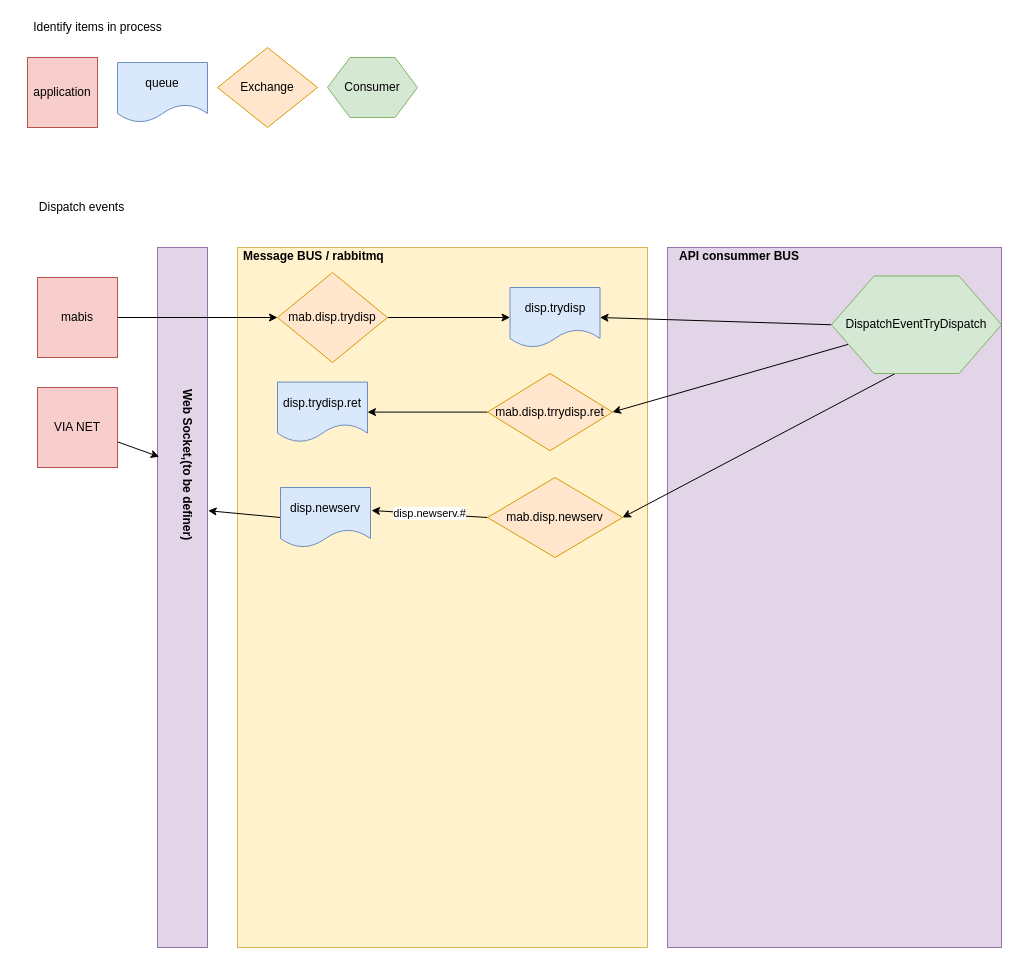
The draw.io diagram page "Fluxo por processo" (2 of 3) of dispatch/Processo Dispatch.drawio in rodrigoporcionato/estudos, before the edit. Source tidied: cells renumbered, new cells numbered last; positions are measured from the earlier drawing's top-left corner, leaving out a move shared by most shapes. Both pictures are drawn from the tidied source at 100%, with x=0, y=0 at pixel (27, 17).
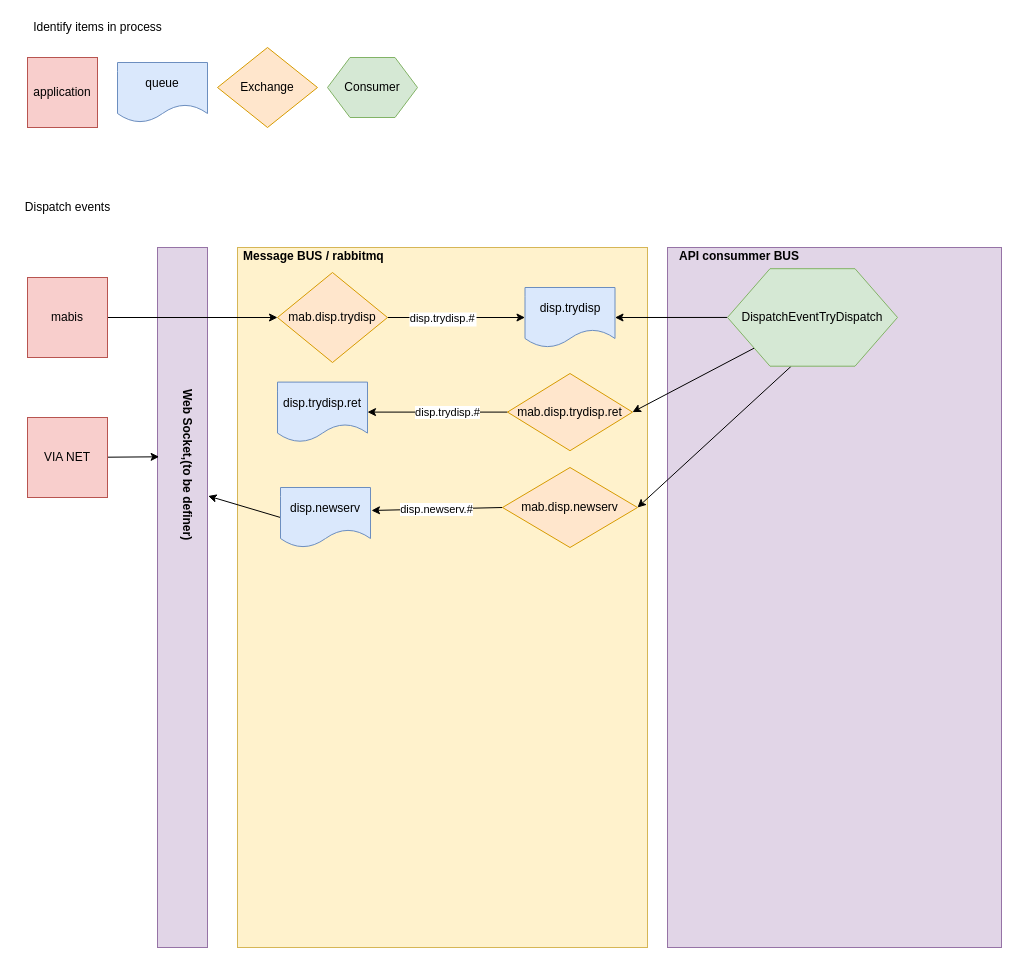
The same page after the edit.

Unchanged cells that the change refers to:
```xml
<mxCell id="2" style="rounded=0;whiteSpace=wrap;html=1;strokeColor=#9673a6;fillColor=#e1d5e7;" parent="1" vertex="1">
  <mxGeometry x="130" y="230" width="50" height="700" as="geometry" />
</mxCell>
<mxCell id="11" style="edgeStyle=orthogonalEdgeStyle;rounded=0;jettySize=auto;html=1;entryX=0;entryY=0.5;entryDx=0;entryDy=0;" parent="1" edge="1" source="12" target="15">
  <mxGeometry relative="1" as="geometry" />
</mxCell>
<mxCell id="21" style="edgeStyle=none;rounded=0;jettySize=auto;html=1;" parent="1" edge="1" source="22" target="23">
  <mxGeometry relative="1" as="geometry" />
</mxCell>
<mxCell id="30" value="disp.newserv" style="shape=document;whiteSpace=wrap;html=1;boundedLbl=1;fillColor=#dae8fc;strokeColor=#6c8ebf;" parent="1" vertex="1">
  <mxGeometry x="253" y="470" width="90" height="60" as="geometry" />
</mxCell>
```

What changed in the source:
```diff
@@
     <mxCell id="8" value="Dispatch events" style="text;html=1;align=center;verticalAlign=middle;" parent="1" vertex="1">
-      <mxGeometry x="4" y="180" width="100" height="20" as="geometry" />
+      <mxGeometry x="-10" y="180" width="100" height="20" as="geometry" />
     </mxCell>
@@
     <mxCell id="10" value="mabis" style="whiteSpace=wrap;html=1;fillColor=#f8cecc;strokeColor=#b85450;" parent="1" vertex="1">
-      <mxGeometry x="10" y="260" width="80" height="80" as="geometry" />
+      <mxGeometry y="260" width="80" height="80" as="geometry" />
     </mxCell>
@@
+    <mxCell id="32" value="disp.trydisp.#" style="text;align=center;verticalAlign=middle;labelBackgroundColor=#ffffff;fontColor=#000000;fontSize=11;" parent="11" vertex="1">
+      <mxGeometry x="-0.3" relative="1" as="geometry">
+        <mxPoint x="6.7" as="offset" />
+      </mxGeometry>
+    </mxCell>
@@
     <mxCell id="15" value="disp.trydisp" style="shape=document;whiteSpace=wrap;html=1;boundedLbl=1;strokeColor=#6c8ebf;fillColor=#dae8fc;" parent="1" vertex="1">
-      <mxGeometry x="482.5" y="270" width="90" height="60" as="geometry" />
+      <mxGeometry x="497.5" y="270" width="90" height="60" as="geometry" />
     </mxCell>
@@
     <mxCell id="19" value="DispatchEventTryDispatch" style="shape=hexagon;perimeter=hexagonPerimeter2;whiteSpace=wrap;html=1;fillColor=#d5e8d4;strokeColor=#82b366;" parent="1" vertex="1">
-      <mxGeometry x="804" y="258.5" width="170" height="97.5" as="geometry" />
+      <mxGeometry x="700" y="251.2" width="170" height="97.5" as="geometry" />
     </mxCell>
@@
+    <mxCell id="33" value="disp.trydisp.#" style="text;html=1;align=center;verticalAlign=middle;labelBackgroundColor=#ffffff;fontSize=11;fontColor=#000000;" parent="21" vertex="1">
+      <mxGeometry x="0.24" y="2" relative="1" as="geometry">
+        <mxPoint x="26.7" y="-2" as="offset" />
+      </mxGeometry>
+    </mxCell>
-    <mxCell id="22" value="mab.disp.trrydisp.ret" style="rhombus;whiteSpace=wrap;html=1;fillColor=#ffe6cc;strokeColor=#d79b00;" parent="1" vertex="1">
-      <mxGeometry x="460" y="356" width="125" height="77.2" as="geometry" />
+    <mxCell id="22" value="mab.disp.trydisp.ret" style="rhombus;whiteSpace=wrap;html=1;fillColor=#ffe6cc;strokeColor=#d79b00;" parent="1" vertex="1">
+      <mxGeometry x="480" y="356" width="125" height="77.2" as="geometry" />
     </mxCell>
@@
     <mxCell id="26" value="VIA NET" style="whiteSpace=wrap;html=1;fillColor=#f8cecc;strokeColor=#b85450;" parent="1" vertex="1">
-      <mxGeometry x="10" y="370" width="80" height="80" as="geometry" />
+      <mxGeometry y="400" width="80" height="80" as="geometry" />
     </mxCell>
-    <mxCell id="27" value="disp.newserv.#" style="edgeStyle=none;rounded=0;jettySize=auto;html=1;exitX=0;exitY=0.5;exitDx=0;exitDy=0;entryX=1.011;entryY=0.383;entryDx=0;entryDy=0;entryPerimeter=0;" parent="1" edge="1" source="28" target="30">
+    <mxCell id="27" value="&lt;font style=&quot;font-size: 11px&quot;&gt;disp.newserv.#&lt;/font&gt;" style="edgeStyle=none;rounded=0;jettySize=auto;html=1;exitX=0;exitY=0.5;exitDx=0;exitDy=0;entryX=1.011;entryY=0.383;entryDx=0;entryDy=0;entryPerimeter=0;" parent="1" edge="1" source="28" target="30">
       <mxGeometry relative="1" as="geometry" />
     </mxCell>
     <mxCell id="28" value="mab.disp.newserv" style="rhombus;whiteSpace=wrap;html=1;fillColor=#ffe6cc;strokeColor=#d79b00;" parent="1" vertex="1">
-      <mxGeometry x="460" y="460" width="135" height="80" as="geometry" />
+      <mxGeometry x="475" y="450" width="135" height="80" as="geometry" />
     </mxCell>
-    <mxCell id="29" style="edgeStyle=none;rounded=0;jettySize=auto;html=1;exitX=0;exitY=0.5;exitDx=0;exitDy=0;entryX=1.013;entryY=0.376;entryDx=0;entryDy=0;entryPerimeter=0;" parent="1" edge="1" source="30" target="2">
+    <mxCell id="29" style="edgeStyle=none;rounded=0;jettySize=auto;html=1;exitX=0;exitY=0.5;exitDx=0;exitDy=0;entryX=1.013;entryY=0.355;entryDx=0;entryDy=0;entryPerimeter=0;" parent="1" edge="1" source="30" target="2">
       <mxGeometry relative="1" as="geometry" />
     </mxCell>
```
